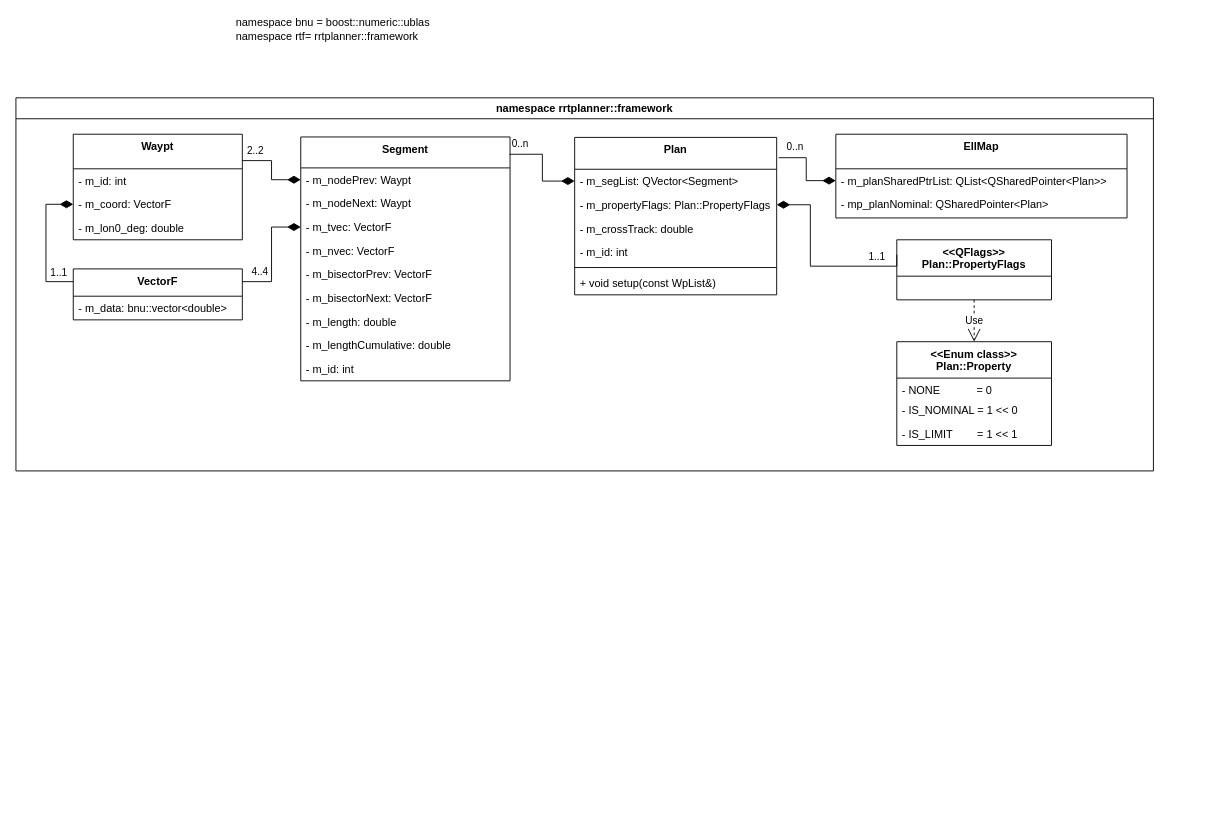
Before: page "Framework: Data Structs" (1 of 7) of doc/RrtPlannerLib.drawio in yewcw75/TestRepo, a draw.io diagram. Source tidied: cells renumbered, new cells numbered last; positions are measured from the earlier drawing's top-left corner, leaving out a move shared by most shapes. Both pictures are drawn from the tidied source at 91%, with x=0, y=0 at pixel (15, 15).
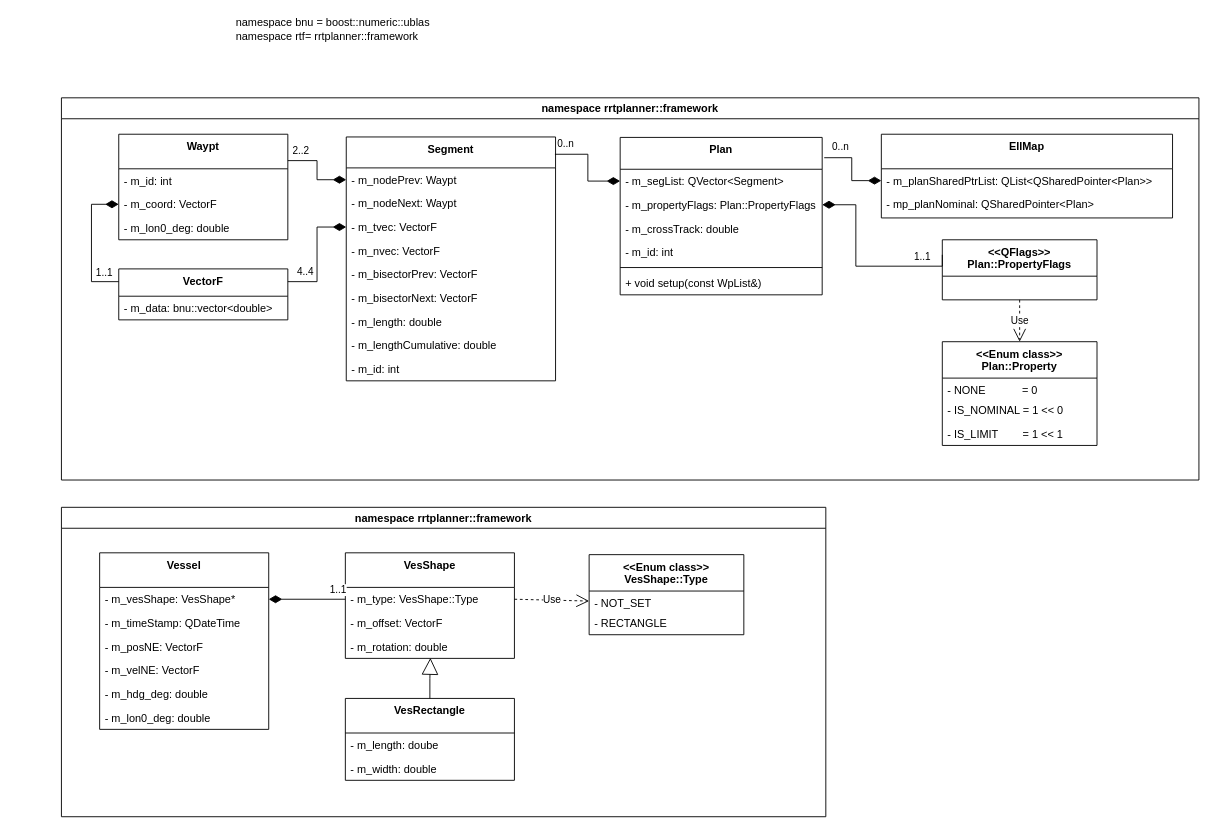
The same diagram, later.

Diff of the diagram source:
```diff
@@
     <mxCell id="3" value="namespace rrtplanner::framework" style="swimlane;" parent="1" vertex="1">
-      <mxGeometry y="90" width="1250" height="410" as="geometry" />
+      <mxGeometry x="50" y="90" width="1250" height="420" as="geometry" />
     </mxCell>
@@
+    <mxCell id="48" value="namespace rrtplanner::framework" style="swimlane;" parent="1" vertex="1">
+      <mxGeometry x="50" y="540" width="840" height="340" as="geometry" />
+    </mxCell>
+    <mxCell id="49" value="VesShape" style="swimlane;fontStyle=1;align=center;verticalAlign=top;horizontal=1;startSize=38;" parent="48" vertex="1">
+      <mxGeometry x="312" y="50" width="185.8" height="116" as="geometry" />
+    </mxCell>
+    <mxCell id="50" value="- m_type: VesShape::Type" style="text;strokeColor=none;fillColor=none;align=left;verticalAlign=top;spacingLeft=4;spacingRight=4;overflow=hidden;points=[[0,0.5],[1,0.5]];portConstraint=eastwest;" parent="49" vertex="1">
+      <mxGeometry y="38" width="185.8" height="26" as="geometry" />
+    </mxCell>
+    <mxCell id="51" value="- m_offset: VectorF" style="text;strokeColor=none;fillColor=none;align=left;verticalAlign=top;spacingLeft=4;spacingRight=4;overflow=hidden;" parent="49" vertex="1">
+      <mxGeometry y="64" width="185.8" height="26" as="geometry" />
+    </mxCell>
+    <mxCell id="52" value="- m_rotation: double" style="text;strokeColor=none;fillColor=none;align=left;verticalAlign=top;spacingLeft=4;spacingRight=4;overflow=hidden;points=[[0,0.5],[1,0.5]];portConstraint=eastwest;" parent="49" vertex="1">
+      <mxGeometry y="90" width="185.8" height="26" as="geometry" />
+    </mxCell>
+    <mxCell id="53" value="VesRectangle" style="swimlane;fontStyle=1;align=center;verticalAlign=top;horizontal=1;startSize=38;" parent="48" vertex="1">
+      <mxGeometry x="312" y="210" width="185.8" height="90" as="geometry" />
+    </mxCell>
+    <mxCell id="54" value="- m_length: doube" style="text;strokeColor=none;fillColor=none;align=left;verticalAlign=top;spacingLeft=4;spacingRight=4;overflow=hidden;" parent="53" vertex="1">
+      <mxGeometry y="38" width="185.8" height="26" as="geometry" />
+    </mxCell>
+    <mxCell id="55" value="- m_width: double" style="text;strokeColor=none;fillColor=none;align=left;verticalAlign=top;spacingLeft=4;spacingRight=4;overflow=hidden;" parent="53" vertex="1">
+      <mxGeometry y="64" width="185.8" height="26" as="geometry" />
+    </mxCell>
+    <mxCell id="56" value="&lt;&lt;Enum class&gt;&gt;&#10;VesShape::Type" style="swimlane;fontStyle=1;align=center;verticalAlign=top;horizontal=1;startSize=40;" parent="48" vertex="1">
+      <mxGeometry x="579.9" y="52" width="170" height="88" as="geometry" />
+    </mxCell>
+    <mxCell id="57" value="- NOT_SET " style="text;strokeColor=none;fillColor=none;align=left;verticalAlign=top;spacingLeft=4;spacingRight=4;overflow=hidden;points=[[0,0.5],[1,0.5]];portConstraint=eastwest;" parent="56" vertex="1">
+      <mxGeometry y="40" width="170" height="22" as="geometry" />
+    </mxCell>
+    <mxCell id="58" value="- RECTANGLE" style="text;strokeColor=none;fillColor=none;align=left;verticalAlign=top;spacingLeft=4;spacingRight=4;overflow=hidden;" parent="56" vertex="1">
+      <mxGeometry y="62" width="170" height="26" as="geometry" />
+    </mxCell>
+    <mxCell id="59" value="Use" style="endArrow=open;endSize=12;dashed=1;html=1;rounded=0;exitX=1;exitY=0.5;exitDx=0;exitDy=0;entryX=0;entryY=0.5;entryDx=0;entryDy=0;" parent="48" edge="1" source="50" target="57">
+      <mxGeometry relative="1" as="geometry" />
+    </mxCell>
+    <mxCell id="60" style="endArrow=block;endSize=16;endFill=0;html=1;rounded=0;startArrow=none;exitX=0.5;exitY=0;exitDx=0;exitDy=0;edgeStyle=orthogonalEdgeStyle;entryX=0.503;entryY=0.98;entryDx=0;entryDy=0;entryPerimeter=0;" parent="48" edge="1" source="53" target="52">
+      <mxGeometry x="-0.13" relative="1" as="geometry" />
+    </mxCell>
+    <mxCell id="61" value="Vessel" style="swimlane;fontStyle=1;align=center;verticalAlign=top;horizontal=1;startSize=38;" parent="48" vertex="1">
+      <mxGeometry x="42" y="50" width="185.8" height="194" as="geometry" />
+    </mxCell>
+    <mxCell id="62" value="- m_vesShape: VesShape*" style="text;strokeColor=none;fillColor=none;align=left;verticalAlign=top;spacingLeft=4;spacingRight=4;overflow=hidden;points=[[0,0.5],[1,0.5]];portConstraint=eastwest;" parent="61" vertex="1">
+      <mxGeometry y="38" width="185.8" height="26" as="geometry" />
+    </mxCell>
+    <mxCell id="63" value="- m_timeStamp: QDateTime" style="text;strokeColor=none;fillColor=none;align=left;verticalAlign=top;spacingLeft=4;spacingRight=4;overflow=hidden;" parent="61" vertex="1">
+      <mxGeometry y="64" width="185.8" height="26" as="geometry" />
+    </mxCell>
+    <mxCell id="64" value="- m_posNE: VectorF" style="text;strokeColor=none;fillColor=none;align=left;verticalAlign=top;spacingLeft=4;spacingRight=4;overflow=hidden;" parent="61" vertex="1">
+      <mxGeometry y="90" width="185.8" height="26" as="geometry" />
+    </mxCell>
+    <mxCell id="65" value="- m_velNE: VectorF" style="text;strokeColor=none;fillColor=none;align=left;verticalAlign=top;spacingLeft=4;spacingRight=4;overflow=hidden;" parent="61" vertex="1">
+      <mxGeometry y="116" width="185.8" height="26" as="geometry" />
+    </mxCell>
+    <mxCell id="66" value="- m_hdg_deg: double" style="text;strokeColor=none;fillColor=none;align=left;verticalAlign=top;spacingLeft=4;spacingRight=4;overflow=hidden;" parent="61" vertex="1">
+      <mxGeometry y="142" width="185.8" height="26" as="geometry" />
+    </mxCell>
+    <mxCell id="67" value="- m_lon0_deg: double" style="text;strokeColor=none;fillColor=none;align=left;verticalAlign=top;spacingLeft=4;spacingRight=4;overflow=hidden;" parent="61" vertex="1">
+      <mxGeometry y="168" width="185.8" height="26" as="geometry" />
+    </mxCell>
+    <mxCell id="68" style="endArrow=diamondThin;endFill=1;endSize=12;html=1;rounded=0;edgeStyle=orthogonalEdgeStyle;entryX=1;entryY=0.5;entryDx=0;entryDy=0;exitX=0;exitY=0.5;exitDx=0;exitDy=0;" parent="48" edge="1" source="50" target="62">
+      <mxGeometry relative="1" as="geometry" />
+    </mxCell>
+    <mxCell id="69" value="1..1" style="edgeLabel;html=1;align=center;verticalAlign=middle;" parent="68" vertex="1">
+      <mxGeometry x="-0.74" y="-2" relative="1" as="geometry">
+        <mxPoint x="2" y="-9" as="offset" />
+      </mxGeometry>
+    </mxCell>
```
